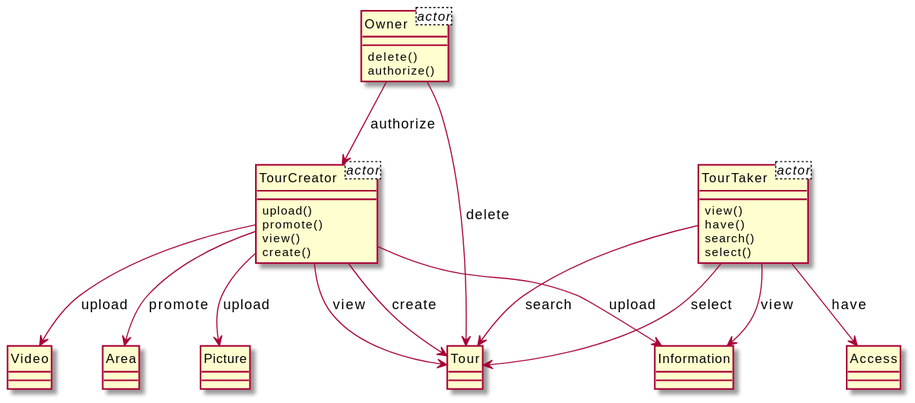
Above: output/diagram_5/2015-USC-Project05.svg in xixixhalu/DomainModelExtractor (PlantUML), before the change.
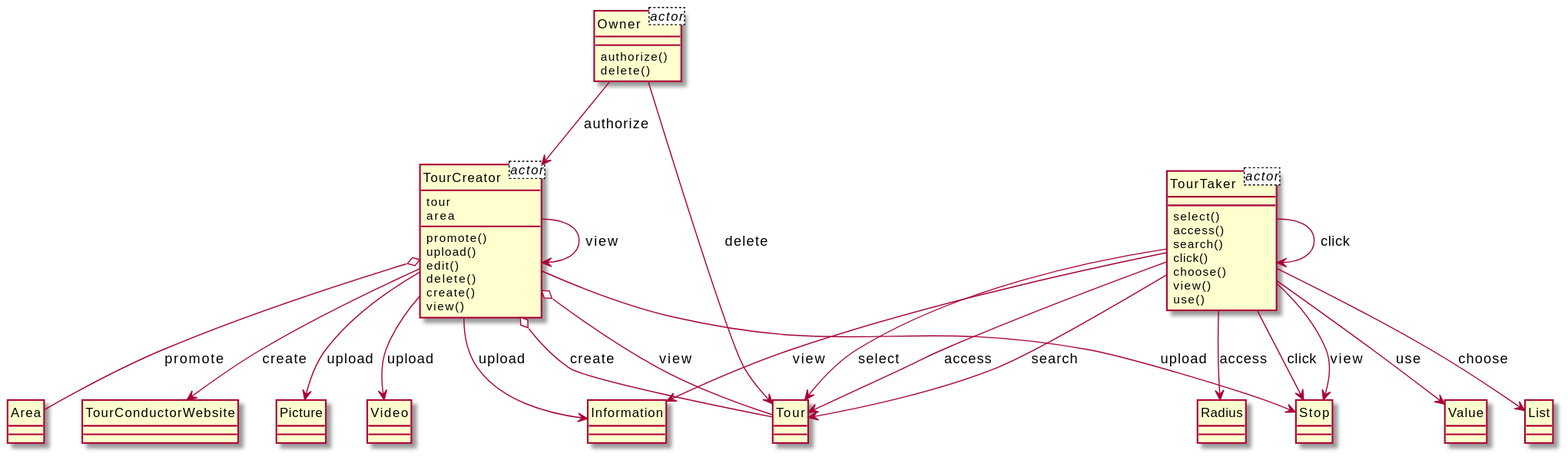
The same diagram one commit later.

The edit, as a diff of the source:
```diff
@@ -1,49 +1,73 @@
 @startuml
 hide circle
 class TourCreator<actor> {
+	tour
+	area
 }
 class Owner<actor> {
 }
 class TourTaker<actor> {
 }
 class TourCreator {
+	promote()
 	upload()
-	promote()
+	edit()
+	delete()
+	create()
 	view()
-	create()
+}
+class Owner {
+	authorize()
+	delete()
+}
+class TourTaker {
+	select()
+	access()
+	search()
+	click()
+	choose()
+	view()
+	use()
+}
+class Radius {
+}
+class Value {
+}
+class Tour {
+}
+class TourConductorWebsite {
+}
+class Information {
+}
+class Stop {
+}
+class List {
+}
+class Picture {
+}
+class Video {
 }
 class Area {
 }
-class Video {
-}
-class Tour {
-}
-class Information {
-}
-class TourTaker {
-	view()
-	have()
-	search()
-	select()
-}
-class Access {
-}
-class Owner {
-	delete()
-	authorize()
-}
-class Picture {
-}
+TourTaker --> Radius : access
+TourTaker --> TourTaker : click
+TourTaker --> Value : use
+Owner --> TourCreator : authorize
+TourTaker --> Tour : select
+TourTaker --> List : choose
+Owner --> Tour : delete
+TourTaker --> Tour : access
+TourCreator --> Picture : upload
+TourTaker --> Stop : click
+TourCreator --> Stop : upload
+TourCreator --> TourCreator : view
+TourTaker --> Information : view
+TourCreator --> Information : upload
+TourCreator --> Video : upload
+TourTaker --> Stop : view
+TourCreator o-- Tour : create
+TourCreator o-- Area : promote
 TourTaker --> Tour : search
-TourCreator --> Area : promote
-TourCreator --> Tour : create
-TourTaker --> Access : have
-TourCreator --> Information : upload
-TourCreator --> Picture : upload
-TourCreator --> Video : upload
-TourTaker --> Tour : select
-Owner --> TourCreator : authorize
-TourTaker --> Information : view
-TourCreator --> Tour : view
-Owner --> Tour : delete
+TourCreator o-- Tour : view
+TourCreator --> TourConductorWebsite : create
 @enduml
```
